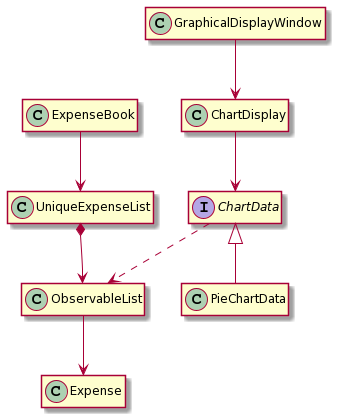
This is docs/images/GraphicalRepresentationClassDiagram.png from nus-cs2103-AY2021S1/tp, a PlantUML export, as it was before one commit.
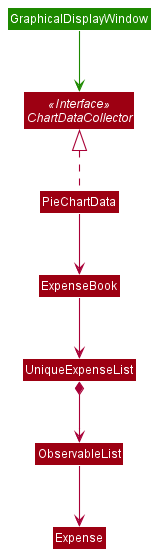
Later version of the same file.

Diff of the diagram source:
```diff
@@ -1,20 +1,20 @@
 @startuml
-class ExpenseBook
-class UniqueExpenseList
-class ObservableList
-class Expense
-class PieChartData
-interface ChartData
-class ChartDisplay
-class GraphicalDisplayWindow
+!include style.puml
+skinparam arrowThickness 1.1
 
-hide empty members
+Class ExpenseBook MODEL_COLOR
+Class UniqueExpenseList MODEL_COLOR
+Class ObservableList MODEL_COLOR
+Class Expense MODEL_COLOR
+Class PieChartData MODEL_COLOR
+Interface ChartDataCollector<<Interface>> MODEL_COLOR
+Class GraphicalDisplayWindow UI_COLOR
 
 ExpenseBook --> UniqueExpenseList
 UniqueExpenseList *--> ObservableList
 ObservableList --> Expense
-ChartData <|-- PieChartData
-ChartData ..> ObservableList
-ChartDisplay --> ChartData
-GraphicalDisplayWindow --> ChartDisplay
+ChartDataCollector <|.. PieChartData
+PieChartData --> ExpenseBook
+GraphicalDisplayWindow --> ChartDataCollector UI_COLOR
+
 @enduml
```
